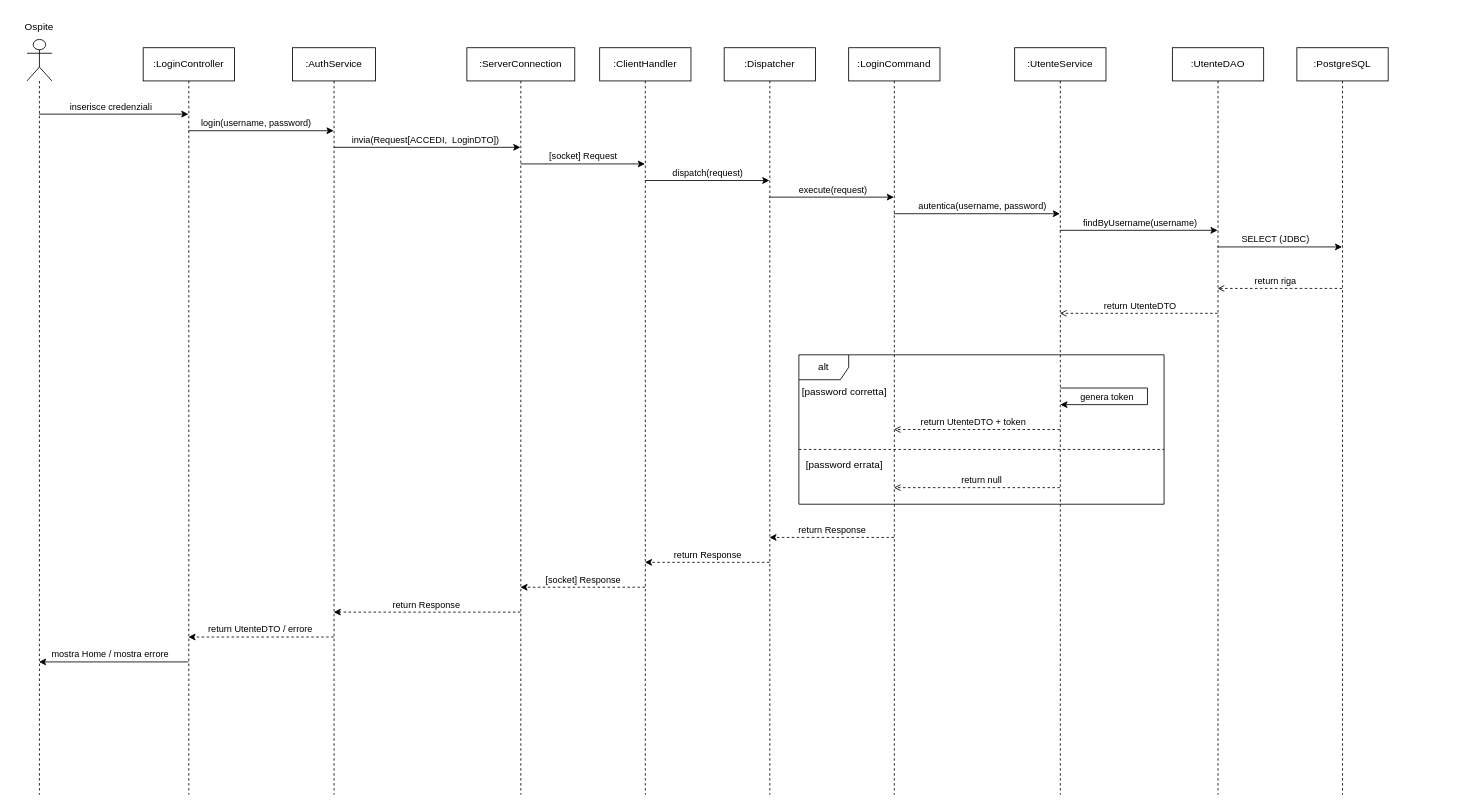
FloshDev/TheKnife-B keeps this draw.io diagram as page "Login" (1 of 6) of Progettazione/Barlera/Diagrammi/SequenceDiagram.drawio. Above is the earlier version. Source tidied: cells renumbered, new cells numbered last; positions are measured from the earlier drawing's top-left corner, leaving out a move shared by most shapes. Both pictures are drawn from the tidied source at 83%, with x=0, y=0 at pixel (14, 14).
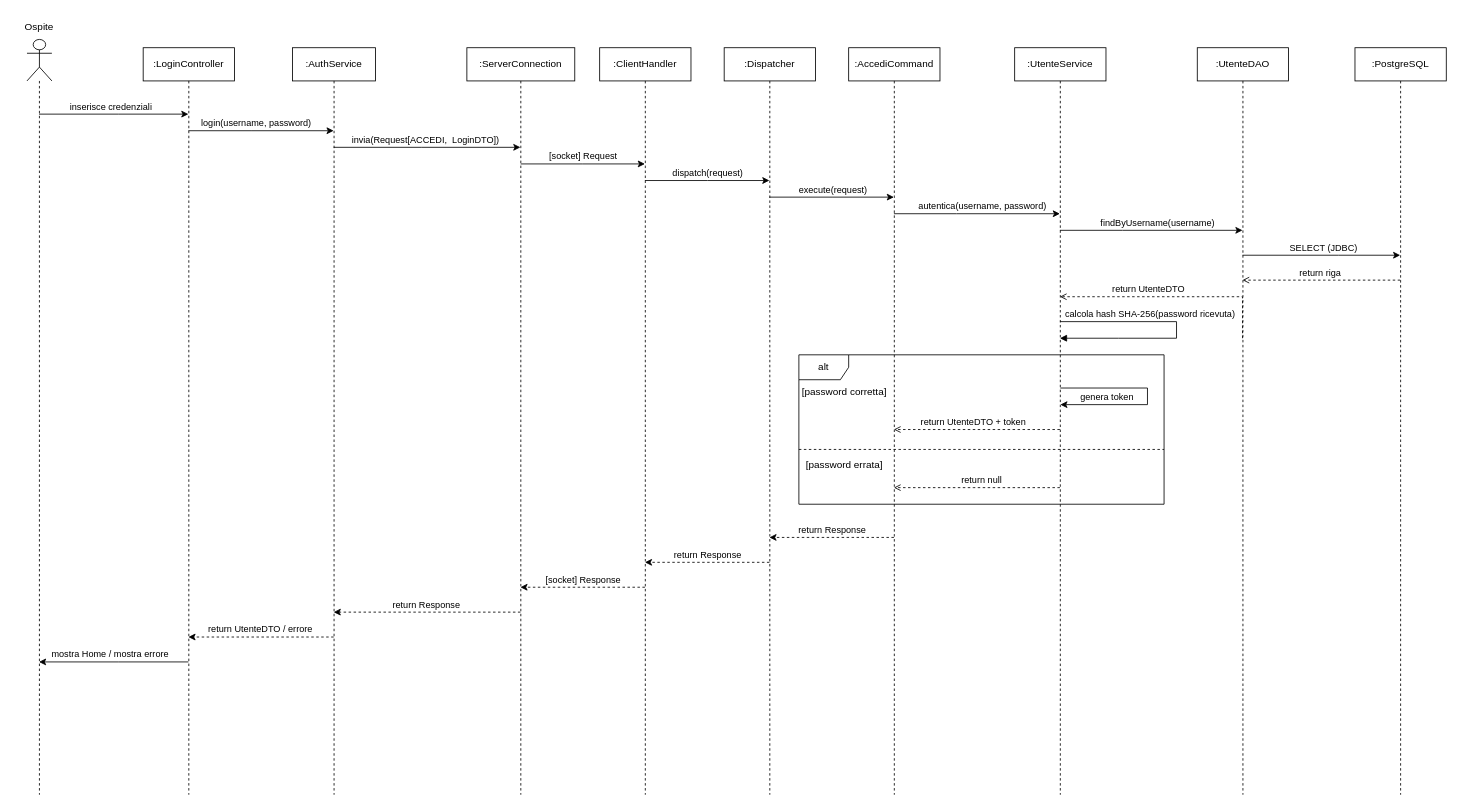
After the change.

Commit message (it also covers changes not shown here):
Confermato State, Miglioramento StateDiagram:Login

The change refers to these unchanged cells:
```xml
<mxCell id="31" value=":UtenteService" style="shape=umlLifeline;perimeter=lifelinePerimeter;whiteSpace=wrap;html=1;outlineConnect=0;portConstraint=eastwest;newEdgeStyle={&quot;edgeStyle&quot;:&quot;elbowEdgeStyle&quot;,&quot;elbow&quot;:&quot;vertical&quot;,&quot;curved&quot;:0,&quot;rounded&quot;:0};" parent="1" vertex="1">
  <mxGeometry x="1205" y="40" width="110" height="900" as="geometry" />
</mxCell>
```

Diff of the diagram source:
```diff
@@
-    <mxCell id="23" value=":LoginCommand" style="shape=umlLifeline;perimeter=lifelinePerimeter;whiteSpace=wrap;html=1;outlineConnect=0;portConstraint=eastwest;newEdgeStyle={&quot;edgeStyle&quot;:&quot;elbowEdgeStyle&quot;,&quot;elbow&quot;:&quot;vertical&quot;,&quot;curved&quot;:0,&quot;rounded&quot;:0};" parent="1" vertex="1">
+    <mxCell id="23" value=":AccediCommand" style="shape=umlLifeline;perimeter=lifelinePerimeter;whiteSpace=wrap;html=1;outlineConnect=0;portConstraint=eastwest;newEdgeStyle={&quot;edgeStyle&quot;:&quot;elbowEdgeStyle&quot;,&quot;elbow&quot;:&quot;vertical&quot;,&quot;curved&quot;:0,&quot;rounded&quot;:0};" parent="1" vertex="1">
       <mxGeometry x="1005" y="40" width="110" height="900" as="geometry" />
     </mxCell>
@@
     <mxCell id="32" style="edgeStyle=elbowEdgeStyle;rounded=0;jettySize=auto;html=1;elbow=vertical;curved=0;" parent="1" edge="1" source="36" target="39">
       <mxGeometry relative="1" as="geometry">
         <Array as="points">
-          <mxPoint x="1525" y="280" />
+          <mxPoint x="1595" y="290" />
         </Array>
       </mxGeometry>
     </mxCell>
@@
-    <mxCell id="34" style="edgeStyle=elbowEdgeStyle;rounded=0;jettySize=auto;html=1;elbow=vertical;curved=0;endArrow=open;endFill=0;dashed=1;" parent="1" edge="1" source="36" target="31">
+    <mxCell id="34" style="edgeStyle=elbowEdgeStyle;rounded=0;jettySize=auto;html=1;elbow=vertical;curved=0;endArrow=open;endFill=0;dashed=1;" parent="1" edge="1" target="31">
       <mxGeometry relative="1" as="geometry">
+        <mxPoint x="1479.5" y="390" as="sourcePoint" />
         <Array as="points">
-          <mxPoint x="1355" y="360" />
+          <mxPoint x="1355" y="340" />
         </Array>
       </mxGeometry>
     </mxCell>
     <mxCell id="35" value="return UtenteDTO" style="edgeLabel;html=1;align=center;verticalAlign=middle;" parent="34" vertex="1">
       <mxGeometry x="-0.56" y="-1" relative="1" as="geometry">
-        <mxPoint x="-52" y="-9" as="offset" />
+        <mxPoint x="-105" y="-9" as="offset" />
       </mxGeometry>
     </mxCell>
     <mxCell id="36" value=":UtenteDAO" style="shape=umlLifeline;perimeter=lifelinePerimeter;whiteSpace=wrap;html=1;outlineConnect=0;portConstraint=eastwest;newEdgeStyle={&quot;edgeStyle&quot;:&quot;elbowEdgeStyle&quot;,&quot;elbow&quot;:&quot;vertical&quot;,&quot;curved&quot;:0,&quot;rounded&quot;:0};" parent="1" vertex="1">
-      <mxGeometry x="1395" y="40" width="110" height="900" as="geometry" />
+      <mxGeometry x="1425" y="40" width="110" height="900" as="geometry" />
     </mxCell>
     <mxCell id="37" style="edgeStyle=elbowEdgeStyle;rounded=0;jettySize=auto;html=1;elbow=vertical;curved=0;dashed=1;endArrow=open;endFill=0;" parent="1" edge="1" source="39" target="36">
       <mxGeometry relative="1" as="geometry">
         <Array as="points">
-          <mxPoint x="1525" y="330" />
+          <mxPoint x="1565" y="320" />
         </Array>
       </mxGeometry>
     </mxCell>
@@
     <mxCell id="39" value=":PostgreSQL" style="shape=umlLifeline;perimeter=lifelinePerimeter;whiteSpace=wrap;html=1;outlineConnect=0;portConstraint=eastwest;newEdgeStyle={&quot;edgeStyle&quot;:&quot;elbowEdgeStyle&quot;,&quot;elbow&quot;:&quot;vertical&quot;,&quot;curved&quot;:0,&quot;rounded&quot;:0};" parent="1" vertex="1">
-      <mxGeometry x="1545" y="40" width="110" height="900" as="geometry" />
+      <mxGeometry x="1615" y="40" width="110" height="900" as="geometry" />
     </mxCell>
@@
+    <mxCell id="58" value="calcola hash SHA-256(password ricevuta)" style="html=1;verticalAlign=bottom;endArrow=block;curved=0;rounded=0;" parent="1" edge="1" source="31" target="31">
+      <mxGeometry x="-0.28" relative="1" as="geometry">
+        <Array as="points">
+          <mxPoint x="1400" y="370" />
+          <mxPoint x="1400" y="390" />
+          <mxPoint x="1330" y="390" />
+        </Array>
+      </mxGeometry>
+    </mxCell>
```
